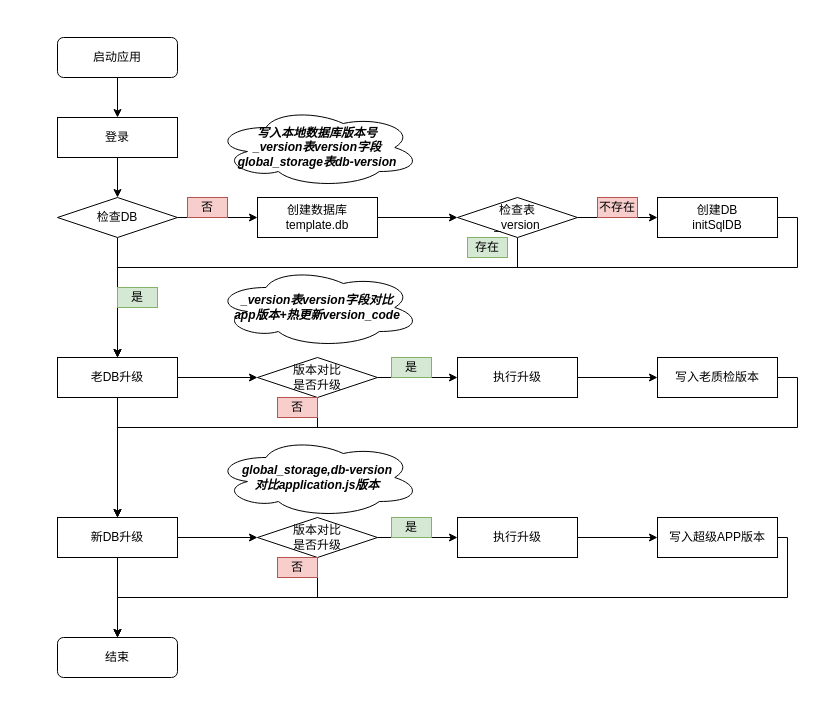
jsven/design-draw keeps this draw.io diagram as sync-data/Untitled Diagram.drawio. Above is the earlier version. Source tidied: cells renumbered, new cells numbered last; positions are measured from the earlier drawing's top-left corner, leaving out a move shared by most shapes. Both pictures are drawn from the tidied source at 100%, with x=0, y=0 at pixel (57, 37).
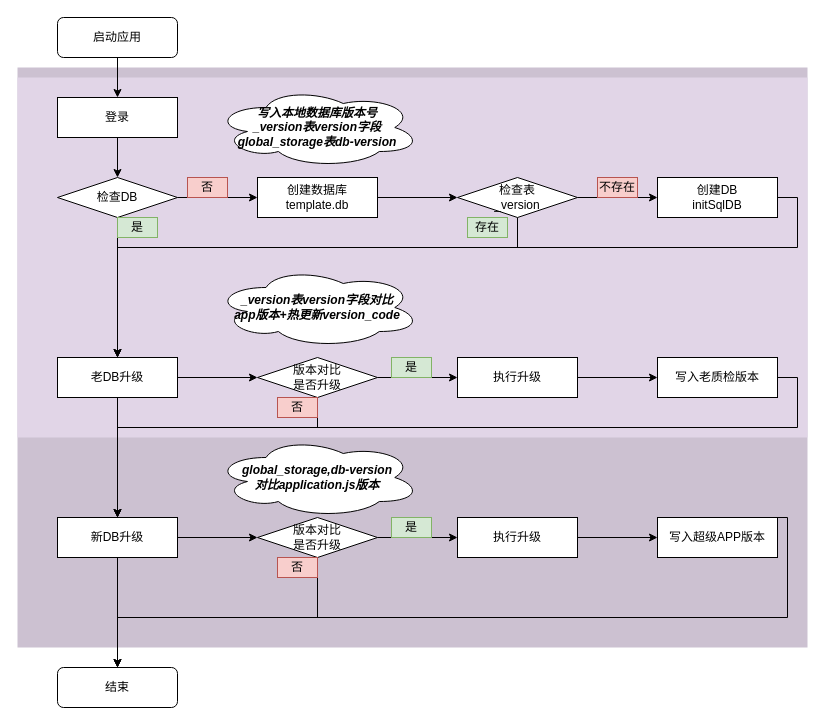
After the change.

Unchanged cells that the change refers to:
```xml
<mxCell id="11" value="老DB升级" style="whiteSpace=wrap;html=1;rounded=0;" parent="1" vertex="1">
  <mxGeometry y="320" width="120" height="40" as="geometry" />
</mxCell>
<mxCell id="27" value="版本对比&lt;br&gt;是否升级&lt;br&gt;" style="rhombus;whiteSpace=wrap;html=1;rounded=0;" parent="1" vertex="1">
  <mxGeometry x="200" y="480" width="120" height="40" as="geometry" />
</mxCell>
<mxCell id="40" value="写入超级APP版本" style="whiteSpace=wrap;html=1;rounded=0;" parent="1" vertex="1">
  <mxGeometry x="600" y="480" width="120" height="40" as="geometry" />
</mxCell>
```

What changed in the source:
```diff
@@
+    <mxCell id="48" style="rounded=0;whiteSpace=wrap;html=1;fillColor=#CCC1D1;strokeColor=none;" parent="1" vertex="1">
+      <mxGeometry x="-40" y="30" width="790" height="580" as="geometry" />
+    </mxCell>
+    <mxCell id="49" style="rounded=0;whiteSpace=wrap;html=1;fillColor=#e1d5e7;strokeColor=none;" parent="1" vertex="1">
+      <mxGeometry x="-40" y="40" width="790" height="360" as="geometry" />
+    </mxCell>
@@
     <mxCell id="3" value="启动应用" style="rounded=1;whiteSpace=wrap;html=1;" parent="1" vertex="1">
-      <mxGeometry width="120" height="40" as="geometry" />
+      <mxGeometry y="-20" width="120" height="40" as="geometry" />
     </mxCell>
@@
     <mxCell id="5" value="登录" style="rounded=0;whiteSpace=wrap;html=1;" parent="1" vertex="1">
-      <mxGeometry y="80" width="120" height="40" as="geometry" />
+      <mxGeometry y="60" width="120" height="40" as="geometry" />
     </mxCell>
@@
     <mxCell id="8" value="检查DB" style="rhombus;whiteSpace=wrap;html=1;rounded=0;" parent="1" vertex="1">
-      <mxGeometry y="160" width="120" height="40" as="geometry" />
+      <mxGeometry y="140" width="120" height="40" as="geometry" />
     </mxCell>
@@
     <mxCell id="16" value="创建数据库&lt;br&gt;template.db&lt;br&gt;" style="whiteSpace=wrap;html=1;rounded=0;" parent="1" vertex="1">
-      <mxGeometry x="200" y="160" width="120" height="40" as="geometry" />
+      <mxGeometry x="200" y="140" width="120" height="40" as="geometry" />
     </mxCell>
@@
     <mxCell id="18" style="edgeStyle=orthogonalEdgeStyle;rounded=0;jettySize=auto;html=1;exitX=0.5;exitY=1;exitDx=0;exitDy=0;entryX=0.5;entryY=0;entryDx=0;entryDy=0;" parent="1" edge="1" source="19" target="11">
       <mxGeometry relative="1" as="geometry">
         <Array as="points">
-          <mxPoint x="460" y="230" />
-          <mxPoint x="60" y="230" />
+          <mxPoint x="460" y="210" />
+          <mxPoint x="60" y="210" />
         </Array>
       </mxGeometry>
     </mxCell>
     <mxCell id="19" value="检查表&lt;br&gt;_version&lt;br&gt;" style="rhombus;whiteSpace=wrap;html=1;rounded=0;" parent="1" vertex="1">
-      <mxGeometry x="400" y="160" width="120" height="40" as="geometry" />
+      <mxGeometry x="400" y="140" width="120" height="40" as="geometry" />
     </mxCell>
     <mxCell id="20" style="edgeStyle=orthogonalEdgeStyle;rounded=0;jettySize=auto;html=1;exitX=1;exitY=0.5;exitDx=0;exitDy=0;entryX=0.5;entryY=0;entryDx=0;entryDy=0;" parent="1" edge="1" source="21" target="11">
       <mxGeometry relative="1" as="geometry">
         <Array as="points">
-          <mxPoint x="740" y="180" />
-          <mxPoint x="740" y="230" />
-          <mxPoint x="60" y="230" />
+          <mxPoint x="740" y="160" />
+          <mxPoint x="740" y="210" />
+          <mxPoint x="60" y="210" />
         </Array>
       </mxGeometry>
     </mxCell>
     <mxCell id="21" value="创建DB &lt;br&gt;initSqlDB&lt;br&gt;" style="whiteSpace=wrap;html=1;rounded=0;" parent="1" vertex="1">
-      <mxGeometry x="600" y="160" width="120" height="40" as="geometry" />
+      <mxGeometry x="600" y="140" width="120" height="40" as="geometry" />
     </mxCell>
@@
     <mxCell id="26" style="edgeStyle=orthogonalEdgeStyle;rounded=0;jettySize=auto;html=1;exitX=0.5;exitY=1;exitDx=0;exitDy=0;entryX=0.5;entryY=0;entryDx=0;entryDy=0;" parent="1" edge="1" source="27" target="43">
       <mxGeometry relative="1" as="geometry">
         <Array as="points">
-          <mxPoint x="260" y="560" />
-          <mxPoint x="60" y="560" />
+          <mxPoint x="260" y="580" />
+          <mxPoint x="60" y="580" />
         </Array>
       </mxGeometry>
     </mxCell>
@@
     <mxCell id="28" value="否" style="text;html=1;strokeColor=#b85450;fillColor=#f8cecc;align=center;verticalAlign=middle;whiteSpace=wrap;rounded=0;" parent="1" vertex="1">
-      <mxGeometry x="130" y="160" width="40" height="20" as="geometry" />
+      <mxGeometry x="130" y="140" width="40" height="20" as="geometry" />
     </mxCell>
     <mxCell id="29" value="是" style="text;html=1;strokeColor=#82b366;fillColor=#d5e8d4;align=center;verticalAlign=middle;whiteSpace=wrap;rounded=0;" parent="1" vertex="1">
-      <mxGeometry x="60" y="250" width="40" height="20" as="geometry" />
+      <mxGeometry x="60" y="180" width="40" height="20" as="geometry" />
     </mxCell>
     <mxCell id="30" value="写入本地数据库版本号&lt;br&gt;_version表version字段&lt;br&gt;global_storage表db-version&lt;br&gt;" style="ellipse;shape=cloud;whiteSpace=wrap;html=1;align=center;fontStyle=3;" parent="1" vertex="1">
-      <mxGeometry x="157" y="70" width="206" height="80" as="geometry" />
+      <mxGeometry x="157" y="50" width="206" height="80" as="geometry" />
     </mxCell>
@@
     <mxCell id="39" style="edgeStyle=orthogonalEdgeStyle;rounded=0;jettySize=auto;html=1;entryX=0.5;entryY=0;entryDx=0;entryDy=0;" parent="1" edge="1" source="40" target="43">
       <mxGeometry relative="1" as="geometry">
         <Array as="points">
-          <mxPoint x="730" y="500" />
-          <mxPoint x="730" y="560" />
-          <mxPoint x="60" y="560" />
+          <mxPoint x="730" y="480" />
+          <mxPoint x="730" y="580" />
+          <mxPoint x="60" y="580" />
         </Array>
       </mxGeometry>
     </mxCell>
@@
     <mxCell id="41" value="不存在" style="text;html=1;strokeColor=#b85450;fillColor=#f8cecc;align=center;verticalAlign=middle;whiteSpace=wrap;rounded=0;" parent="1" vertex="1">
-      <mxGeometry x="540" y="160" width="40" height="20" as="geometry" />
+      <mxGeometry x="540" y="140" width="40" height="20" as="geometry" />
     </mxCell>
@@
     <mxCell id="43" value="结束" style="rounded=1;whiteSpace=wrap;html=1;align=center;" parent="1" vertex="1">
-      <mxGeometry y="600" width="120" height="40" as="geometry" />
+      <mxGeometry y="630" width="120" height="40" as="geometry" />
     </mxCell>
@@
     <mxCell id="47" value="存在" style="text;html=1;strokeColor=#82b366;fillColor=#d5e8d4;align=center;verticalAlign=middle;whiteSpace=wrap;rounded=0;" parent="1" vertex="1">
-      <mxGeometry x="410" y="200" width="40" height="20" as="geometry" />
+      <mxGeometry x="410" y="180" width="40" height="20" as="geometry" />
     </mxCell>
```
